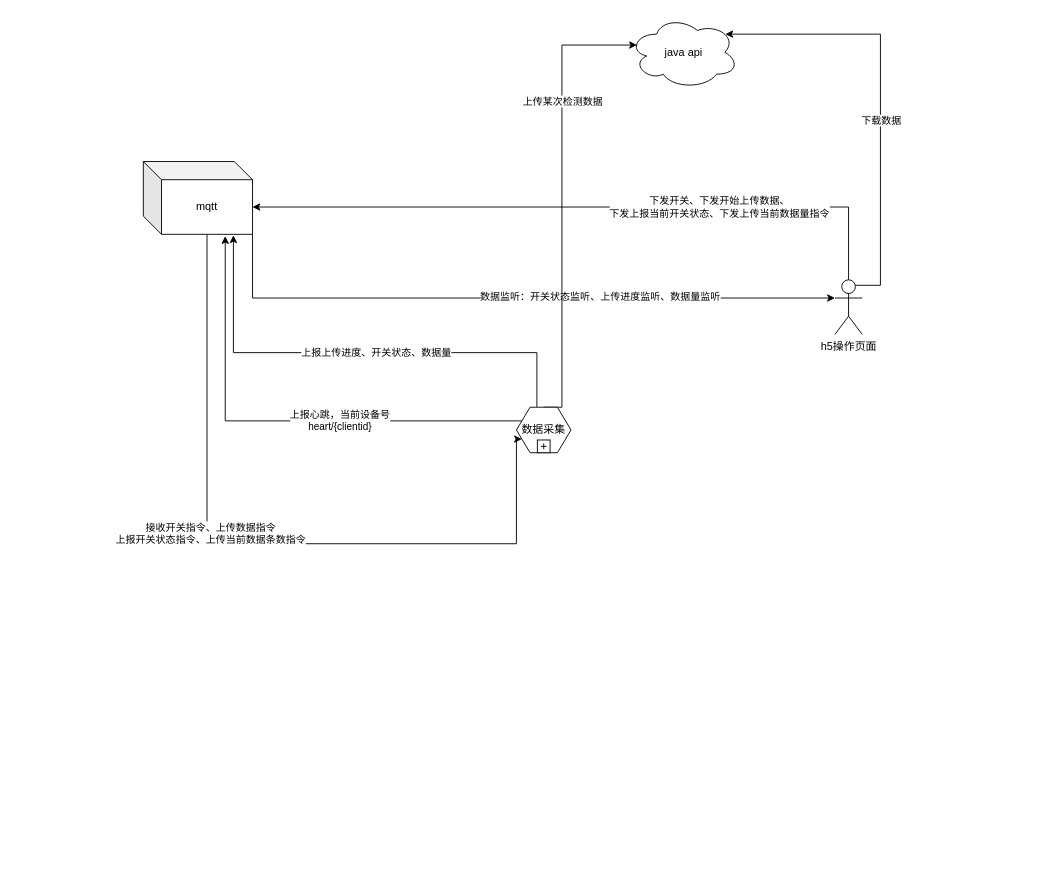
Before: page "架构图" (1 of 2) of Untitled Diagram.drawio in a83988029/data_collect_arch, a draw.io diagram. Source tidied: cells renumbered, new cells numbered last; positions are measured from the earlier drawing's top-left corner, leaving out a move shared by most shapes. Both pictures are drawn from the tidied source at 91%, with x=0, y=0 at pixel (143, 15).
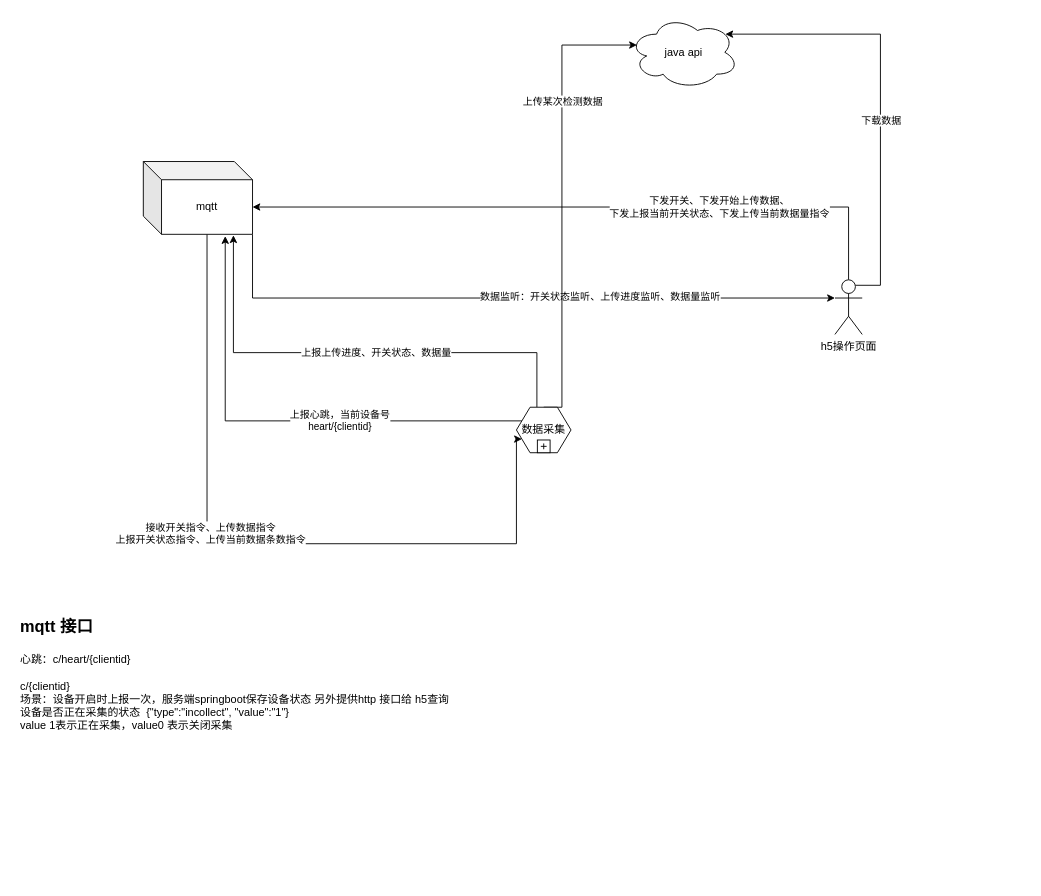
The same diagram, later.

Change to the diagram source:
```diff
@@
+    <mxCell id="21" value="&lt;h1&gt;&lt;font style=&quot;font-size: 18px&quot;&gt;mqtt 接口&lt;/font&gt;&lt;/h1&gt;&lt;div&gt;心跳：c/heart/{clientid}&lt;/div&gt;&lt;div&gt;&lt;br&gt;&lt;/div&gt;&lt;div&gt;c/{clientid}&lt;/div&gt;&lt;div&gt;场景：设备开启时上报一次，服务端springboot保存设备状态 另外提供http 接口给 h5查询&lt;/div&gt;&lt;div&gt;&lt;span&gt;设备是否正在采集的状态&amp;nbsp; {&quot;type&quot;:&quot;incollect&quot;, &quot;value&quot;:&quot;1&quot;}&lt;/span&gt;&lt;br&gt;&lt;/div&gt;&lt;div&gt;&lt;span&gt;value 1表示正在采集，value0 表示关闭采集&lt;/span&gt;&lt;/div&gt;&lt;div&gt;&lt;span&gt;&lt;br&gt;&lt;/span&gt;&lt;/div&gt;&lt;div&gt;&lt;span&gt;&lt;/span&gt;&lt;/div&gt;&lt;div&gt;&lt;br&gt;&lt;/div&gt;" style="text;html=1;strokeColor=none;fillColor=none;spacing=5;spacingTop=-20;whiteSpace=wrap;overflow=hidden;rounded=0;" parent="1" vertex="1">
+      <mxGeometry x="-140" y="650" width="1110" height="300" as="geometry" />
+    </mxCell>
```
